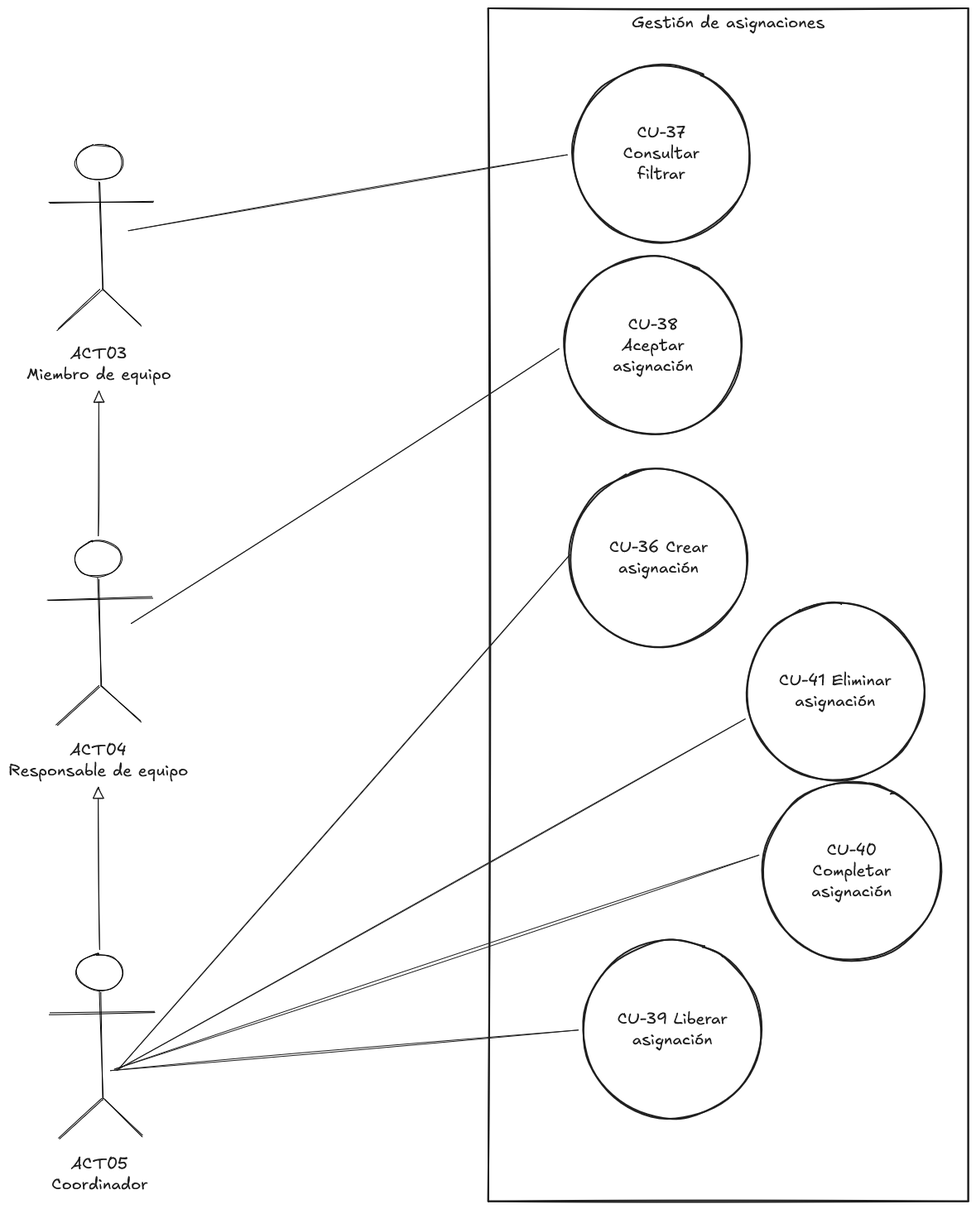
Earlier version of the Excalidraw export Docs/memoria/imaxes/diagramas-caso-uso/diagrama-gestion-asignaciones.png (zenoma/emergency-management-app). Source tidied: one line per element, renumbered; positions are measured from the earlier drawing's top-left corner, leaving out a move shared by most shapes.
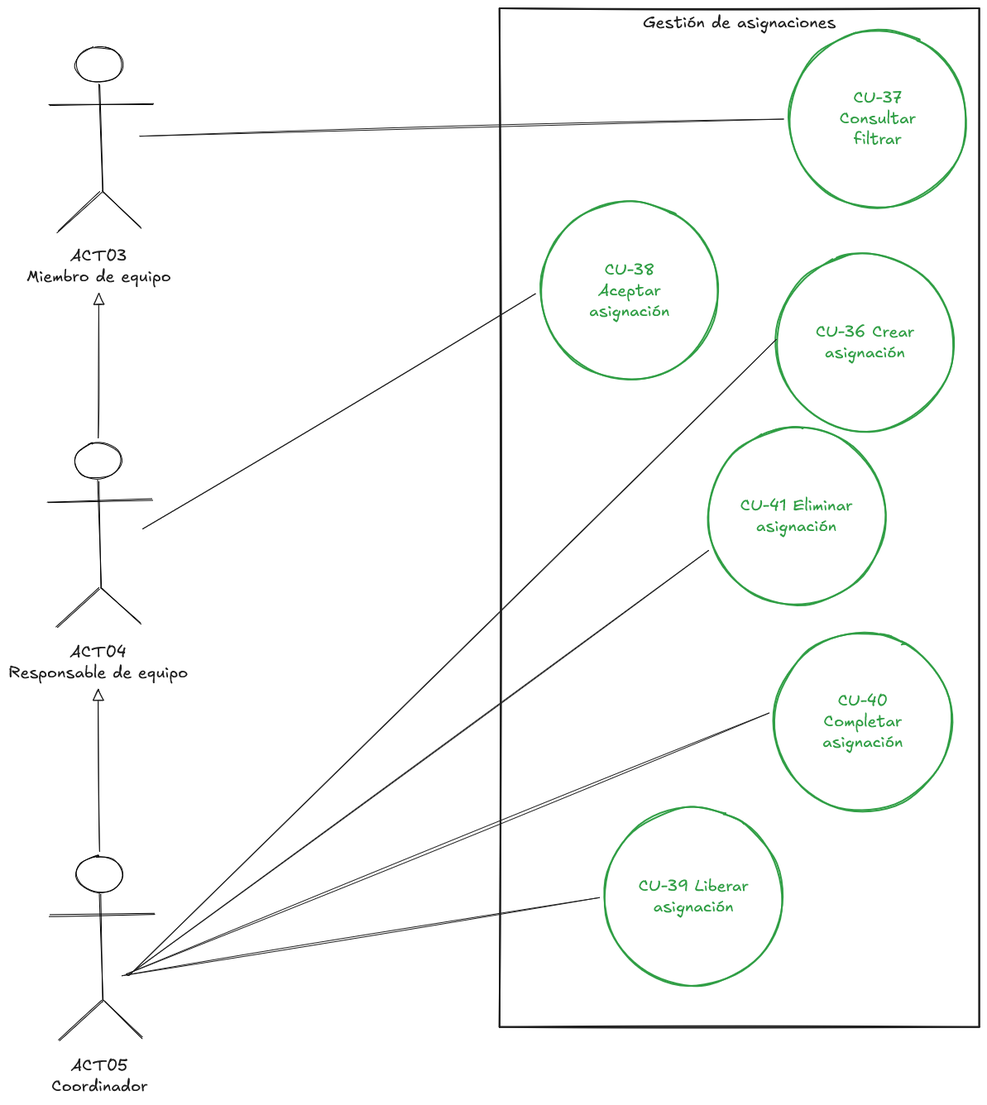
The same file after the commit.

What changed in the source:
```diff
@@ -1,40 +1,40 @@
-{"id": 0, "type": "rectangle", "strokeColor": "#1e1e1e", "strokeWidth": 2, "roughness": 1, "x": 580, "y": 0, "width": 580, "height": 1442}
+{"id": 0, "type": "rectangle", "strokeColor": "#1e1e1e", "strokeWidth": 2, "roughness": 1, "x": 580, "y": 114, "width": 580, "height": 1232}
-{"id": 1, "type": "text", "text": "Gestión de asignaciones", "strokeColor": "#1e1e1e", "strokeWidth": 2, "roughness": 1, "fontSize": 20, "fontFamily": 5, "textAlign": "center", "inside": 0, "x": 753, "y": 5, "width": 233, "height": 25}
+{"id": 1, "type": "text", "text": "Gestión de asignaciones", "strokeColor": "#1e1e1e", "strokeWidth": 2, "roughness": 1, "fontSize": 20, "fontFamily": 5, "textAlign": "center", "inside": 0, "x": 753, "y": 119, "width": 233, "height": 25}
-{"id": 2, "type": "ellipse", "strokeColor": "#1e1e1e", "strokeWidth": 2, "roughness": 1, "x": 678, "y": 557, "width": 215, "height": 215}
+{"id": 2, "type": "ellipse", "strokeColor": "#2f9e44", "strokeWidth": 2, "roughness": 1, "x": 914, "y": 411, "width": 215, "height": 215}
-{"id": 3, "type": "text", "text": "CU-36 Crear\nasignación", "strokeColor": "#1e1e1e", "strokeWidth": 2, "roughness": 1, "fontSize": 20, "fontFamily": 5, "textAlign": "center", "verticalAlign": "middle", "inside": 2, "x": 726, "y": 639, "width": 119, "height": 50}
+{"id": 3, "type": "text", "text": "CU-36 Crear\nasignación", "strokeColor": "#2f9e44", "strokeWidth": 2, "roughness": 1, "fontSize": 20, "fontFamily": 5, "textAlign": "center", "verticalAlign": "middle", "inside": 2, "x": 962, "y": 493, "width": 119, "height": 50}
-{"id": 4, "type": "ellipse", "strokeColor": "#1e1e1e", "strokeWidth": 2, "roughness": 1, "x": 681, "y": 68, "width": 215, "height": 215}
+{"id": 4, "type": "ellipse", "strokeColor": "#2f9e44", "strokeWidth": 2, "roughness": 1, "x": 929, "y": 140, "width": 215, "height": 215}
-{"id": 5, "type": "text", "text": "CU-37\nConsultar\nfiltrar", "strokeColor": "#1e1e1e", "strokeWidth": 2, "roughness": 1, "fontSize": 20, "fontFamily": 5, "textAlign": "center", "verticalAlign": "middle", "inside": 4, "x": 743, "y": 138, "width": 92, "height": 75}
+{"id": 5, "type": "text", "text": "CU-37\nConsultar\nfiltrar", "strokeColor": "#2f9e44", "strokeWidth": 2, "roughness": 1, "fontSize": 20, "fontFamily": 5, "textAlign": "center", "verticalAlign": "middle", "inside": 4, "x": 991, "y": 210, "width": 92, "height": 75}
-{"id": 6, "type": "ellipse", "strokeColor": "#1e1e1e", "strokeWidth": 2, "roughness": 1, "x": 671, "y": 300, "width": 215, "height": 215}
+{"id": 6, "type": "ellipse", "strokeColor": "#2f9e44", "strokeWidth": 2, "roughness": 1, "x": 629, "y": 348, "width": 215, "height": 215}
-{"id": 7, "type": "text", "text": "CU-38\nAceptar\nasignación", "strokeColor": "#1e1e1e", "strokeWidth": 2, "roughness": 1, "fontSize": 20, "fontFamily": 5, "textAlign": "center", "verticalAlign": "middle", "inside": 6, "x": 730, "y": 370, "width": 97, "height": 75}
+{"id": 7, "type": "text", "text": "CU-38\nAceptar\nasignación", "strokeColor": "#2f9e44", "strokeWidth": 2, "roughness": 1, "fontSize": 20, "fontFamily": 5, "textAlign": "center", "verticalAlign": "middle", "inside": 6, "x": 688, "y": 418, "width": 97, "height": 75}
-{"id": 8, "type": "ellipse", "strokeColor": "#1e1e1e", "strokeWidth": 2, "roughness": 1, "x": 695, "y": 1127, "width": 215, "height": 215}
+{"id": 8, "type": "ellipse", "strokeColor": "#2f9e44", "strokeWidth": 2, "roughness": 1, "x": 707, "y": 1081, "width": 215, "height": 215}
-{"id": 9, "type": "text", "text": "CU-39 Liberar\nasignación", "strokeColor": "#1e1e1e", "strokeWidth": 2, "roughness": 1, "fontSize": 20, "fontFamily": 5, "textAlign": "center", "verticalAlign": "middle", "inside": 8, "x": 736, "y": 1209, "width": 133, "height": 50}
+{"id": 9, "type": "text", "text": "CU-39 Liberar\nasignación", "strokeColor": "#2f9e44", "strokeWidth": 2, "roughness": 1, "fontSize": 20, "fontFamily": 5, "textAlign": "center", "verticalAlign": "middle", "inside": 8, "x": 748, "y": 1163, "width": 133, "height": 50}
-{"id": 10, "type": "ellipse", "strokeColor": "#1e1e1e", "strokeWidth": 2, "roughness": 1, "x": 911, "y": 935, "width": 215, "height": 215}
+{"id": 10, "type": "ellipse", "strokeColor": "#2f9e44", "strokeWidth": 2, "roughness": 1, "x": 911, "y": 869, "width": 215, "height": 215}
-{"id": 11, "type": "text", "text": "CU-40\nCompletar\nasignación", "strokeColor": "#1e1e1e", "strokeWidth": 2, "roughness": 1, "fontSize": 20, "fontFamily": 5, "textAlign": "center", "verticalAlign": "middle", "inside": 10, "x": 970, "y": 1005, "width": 97, "height": 75}
+{"id": 11, "type": "text", "text": "CU-40\nCompletar\nasignación", "strokeColor": "#2f9e44", "strokeWidth": 2, "roughness": 1, "fontSize": 20, "fontFamily": 5, "textAlign": "center", "verticalAlign": "middle", "inside": 10, "x": 970, "y": 939, "width": 97, "height": 75}
-{"id": 12, "type": "ellipse", "strokeColor": "#1e1e1e", "strokeWidth": 2, "roughness": 1, "x": 891, "y": 718, "width": 215, "height": 215}
+{"id": 12, "type": "ellipse", "strokeColor": "#2f9e44", "strokeWidth": 2, "roughness": 1, "x": 831, "y": 621, "width": 215, "height": 215}
-{"id": 13, "type": "text", "text": "CU-41 Eliminar\nasignación", "strokeColor": "#1e1e1e", "strokeWidth": 2, "roughness": 1, "fontSize": 20, "fontFamily": 5, "textAlign": "center", "verticalAlign": "middle", "inside": 12, "x": 931, "y": 801, "width": 136, "height": 50}
+{"id": 13, "type": "text", "text": "CU-41 Eliminar\nasignación", "strokeColor": "#2f9e44", "strokeWidth": 2, "roughness": 1, "fontSize": 20, "fontFamily": 5, "textAlign": "center", "verticalAlign": "middle", "inside": 12, "x": 871, "y": 703, "width": 136, "height": 50}
-{"id": 14, "type": "ellipse", "strokeColor": "#000000", "strokeWidth": 1, "roughness": 1, "round": true, "x": 81, "y": 164, "width": 57, "height": 44}
+{"id": 14, "type": "ellipse", "strokeColor": "#000000", "strokeWidth": 1, "roughness": 1, "round": true, "x": 67, "y": 160, "width": 57, "height": 44}
-{"id": 15, "type": "line", "strokeColor": "#000000", "strokeWidth": 1, "roughness": 1, "round": true, "x": 110, "y": 210, "width": 3, "height": 130, "points": [[0, 0], [3, 130]]}
+{"id": 15, "type": "line", "strokeColor": "#000000", "strokeWidth": 1, "roughness": 1, "round": true, "x": 96, "y": 206, "width": 3, "height": 130, "points": [[0, 0], [3, 130]]}
-{"id": 16, "type": "line", "strokeColor": "#000000", "strokeWidth": 1, "roughness": 1, "round": true, "x": 49, "y": 236, "width": 127, "height": 2, "points": [[0, 0], [127, -2]]}
+{"id": 16, "type": "line", "strokeColor": "#000000", "strokeWidth": 1, "roughness": 1, "round": true, "x": 35, "y": 232, "width": 127, "height": 2, "points": [[0, 0], [127, -2]]}
-{"id": 17, "type": "line", "strokeColor": "#000000", "strokeWidth": 1, "roughness": 1, "round": true, "x": 60, "y": 388, "width": 51, "height": 48, "points": [[0, 0], [51, -48]]}
+{"id": 17, "type": "line", "strokeColor": "#000000", "strokeWidth": 1, "roughness": 1, "round": true, "x": 46, "y": 384, "width": 51, "height": 48, "points": [[0, 0], [51, -48]]}
-{"id": 18, "type": "line", "strokeColor": "#000000", "strokeWidth": 1, "roughness": 1, "round": true, "x": 115, "y": 340, "width": 47, "height": 44, "points": [[0, 0], [47, 44]]}
+{"id": 18, "type": "line", "strokeColor": "#000000", "strokeWidth": 1, "roughness": 1, "round": true, "x": 101, "y": 336, "width": 47, "height": 44, "points": [[0, 0], [47, 44]]}
-{"id": 19, "type": "text", "text": "ACT03\nMiembro de equipo", "strokeColor": "#1e1e1e", "strokeWidth": 4, "strokeStyle": "dashed", "roughness": 1, "fontSize": 20, "fontFamily": 5, "textAlign": "center", "x": 22, "y": 406, "width": 174, "height": 50}
+{"id": 19, "type": "text", "text": "ACT03\nMiembro de equipo", "strokeColor": "#1e1e1e", "strokeWidth": 4, "strokeStyle": "dashed", "roughness": 1, "fontSize": 20, "fontFamily": 5, "textAlign": "center", "x": 8, "y": 402, "width": 174, "height": 50}
-{"id": 20, "type": "ellipse", "strokeColor": "#000000", "strokeWidth": 1, "roughness": 1, "round": true, "x": 80, "y": 643, "width": 57, "height": 44}
+{"id": 20, "type": "ellipse", "strokeColor": "#000000", "strokeWidth": 1, "roughness": 1, "round": true, "x": 66, "y": 639, "width": 57, "height": 44}
-{"id": 21, "type": "line", "strokeColor": "#000000", "strokeWidth": 1, "roughness": 1, "round": true, "x": 109, "y": 689, "width": 3, "height": 130, "points": [[0, 0], [3, 130]]}
+{"id": 21, "type": "line", "strokeColor": "#000000", "strokeWidth": 1, "roughness": 1, "round": true, "x": 95, "y": 685, "width": 3, "height": 130, "points": [[0, 0], [3, 130]]}
-{"id": 22, "type": "line", "strokeColor": "#000000", "strokeWidth": 1, "roughness": 1, "round": true, "x": 48, "y": 715, "width": 127, "height": 2, "points": [[0, 0], [127, -2]]}
+{"id": 22, "type": "line", "strokeColor": "#000000", "strokeWidth": 1, "roughness": 1, "round": true, "x": 34, "y": 711, "width": 127, "height": 2, "points": [[0, 0], [127, -2]]}
-{"id": 23, "type": "line", "strokeColor": "#000000", "strokeWidth": 1, "roughness": 1, "round": true, "x": 60, "y": 867, "width": 51, "height": 48, "points": [[0, 0], [51, -48]]}
+{"id": 23, "type": "line", "strokeColor": "#000000", "strokeWidth": 1, "roughness": 1, "round": true, "x": 46, "y": 863, "width": 51, "height": 48, "points": [[0, 0], [51, -48]]}
-{"id": 24, "type": "line", "strokeColor": "#000000", "strokeWidth": 1, "roughness": 1, "round": true, "x": 114, "y": 818, "width": 47, "height": 44, "points": [[0, 0], [47, 44]]}
+{"id": 24, "type": "line", "strokeColor": "#000000", "strokeWidth": 1, "roughness": 1, "round": true, "x": 100, "y": 814, "width": 47, "height": 44, "points": [[0, 0], [47, 44]]}
-{"id": 25, "type": "text", "text": "ACT04\nResponsable de equipo", "strokeColor": "#1e1e1e", "strokeWidth": 4, "strokeStyle": "dashed", "roughness": 1, "fontSize": 20, "fontFamily": 5, "textAlign": "center", "x": 0, "y": 884, "width": 217, "height": 50}
+{"id": 25, "type": "text", "text": "ACT04\nResponsable de equipo", "strokeColor": "#1e1e1e", "strokeWidth": 4, "strokeStyle": "dashed", "roughness": 1, "fontSize": 20, "fontFamily": 5, "textAlign": "center", "x": -14, "y": 880, "width": 217, "height": 50}
-{"id": 26, "type": "ellipse", "strokeColor": "#000000", "strokeWidth": 1, "roughness": 1, "round": true, "x": 82, "y": 1143, "width": 57, "height": 44}
+{"id": 26, "type": "ellipse", "strokeColor": "#000000", "strokeWidth": 1, "roughness": 1, "round": true, "x": 68, "y": 1139, "width": 57, "height": 44}
-{"id": 27, "type": "line", "strokeColor": "#000000", "strokeWidth": 1, "roughness": 1, "round": true, "x": 111, "y": 1189, "width": 3, "height": 130, "points": [[0, 0], [3, 130]]}
+{"id": 27, "type": "line", "strokeColor": "#000000", "strokeWidth": 1, "roughness": 1, "round": true, "x": 97, "y": 1185, "width": 3, "height": 130, "points": [[0, 0], [3, 130]]}
-{"id": 28, "type": "line", "strokeColor": "#000000", "strokeWidth": 1, "roughness": 1, "round": true, "x": 50, "y": 1215, "width": 127, "height": 2, "points": [[0, 0], [127, -2]]}
+{"id": 28, "type": "line", "strokeColor": "#000000", "strokeWidth": 1, "roughness": 1, "round": true, "x": 36, "y": 1211, "width": 127, "height": 2, "points": [[0, 0], [127, -2]]}
-{"id": 29, "type": "line", "strokeColor": "#000000", "strokeWidth": 1, "roughness": 1, "round": true, "x": 61, "y": 1367, "width": 51, "height": 48, "points": [[0, 0], [51, -48]]}
+{"id": 29, "type": "line", "strokeColor": "#000000", "strokeWidth": 1, "roughness": 1, "round": true, "x": 47, "y": 1363, "width": 51, "height": 48, "points": [[0, 0], [51, -48]]}
-{"id": 30, "type": "line", "strokeColor": "#000000", "strokeWidth": 1, "roughness": 1, "round": true, "x": 115, "y": 1318, "width": 47, "height": 44, "points": [[0, 0], [47, 44]]}
+{"id": 30, "type": "line", "strokeColor": "#000000", "strokeWidth": 1, "roughness": 1, "round": true, "x": 101, "y": 1314, "width": 47, "height": 44, "points": [[0, 0], [47, 44]]}
-{"id": 31, "type": "text", "text": "ACT05\nCoordinador", "strokeColor": "#1e1e1e", "strokeWidth": 4, "strokeStyle": "dashed", "roughness": 1, "fontSize": 20, "fontFamily": 5, "textAlign": "center", "x": 52, "y": 1384, "width": 116, "height": 50}
+{"id": 31, "type": "text", "text": "ACT05\nCoordinador", "strokeColor": "#1e1e1e", "strokeWidth": 4, "strokeStyle": "dashed", "roughness": 1, "fontSize": 20, "fontFamily": 5, "textAlign": "center", "x": 38, "y": 1380, "width": 116, "height": 50}
-{"id": 32, "type": "arrow", "strokeColor": "#1e1e1e", "strokeWidth": 1, "roughness": 1, "endArrowhead": "triangle_outline", "from": 20, "to": 19, "x": 109, "y": 637, "width": 1, "height": 175, "points": [[0, 0], [1, -175]]}
+{"id": 32, "type": "arrow", "strokeColor": "#1e1e1e", "strokeWidth": 1, "roughness": 1, "endArrowhead": "triangle_outline", "from": 20, "to": 19, "x": 95, "y": 633, "width": 1, "height": 175, "points": [[0, 0], [1, -175]]}
-{"id": 33, "type": "arrow", "strokeColor": "#1e1e1e", "strokeWidth": 1, "roughness": 1, "endArrowhead": "triangle_outline", "from": 26, "to": 25, "x": 110, "y": 1137, "width": 2, "height": 196, "points": [[0, 0], [-2, -196]]}
+{"id": 33, "type": "arrow", "strokeColor": "#1e1e1e", "strokeWidth": 1, "roughness": 1, "endArrowhead": "triangle_outline", "from": 26, "to": 25, "x": 96, "y": 1133, "width": 2, "height": 196, "points": [[0, 0], [-2, -196]]}
-{"id": 34, "type": "arrow", "strokeColor": "#1e1e1e", "strokeWidth": 1, "roughness": 1, "to": 8, "x": 123, "y": 1284, "width": 565, "height": 49, "points": [[0, 0], [565, -49]]}
+{"id": 34, "type": "arrow", "strokeColor": "#1e1e1e", "strokeWidth": 1, "roughness": 1, "to": 8, "x": 123, "y": 1284, "width": 577, "height": 95, "points": [[0, 0], [577, -95]]}
-{"id": 35, "type": "arrow", "strokeColor": "#1e1e1e", "strokeWidth": 1, "roughness": 1, "to": 10, "x": 128, "y": 1282, "width": 779, "height": 259, "points": [[0, 0], [779, -259]]}
+{"id": 35, "type": "arrow", "strokeColor": "#1e1e1e", "strokeWidth": 1, "roughness": 1, "to": 10, "x": 128, "y": 1282, "width": 778, "height": 316, "points": [[0, 0], [778, -316]]}
-{"id": 36, "type": "arrow", "strokeColor": "#1e1e1e", "strokeWidth": 1, "roughness": 1, "to": 12, "x": 130, "y": 1284, "width": 760, "height": 425, "points": [[0, 0], [760, -425]]}
+{"id": 36, "type": "arrow", "strokeColor": "#1e1e1e", "strokeWidth": 1, "roughness": 1, "to": 12, "x": 130, "y": 1284, "width": 703, "height": 514, "points": [[0, 0], [703, -514]]}
-{"id": 37, "type": "arrow", "strokeColor": "#1e1e1e", "strokeWidth": 1, "roughness": 1, "to": 2, "x": 132, "y": 1284, "width": 547, "height": 623, "points": [[0, 0], [547, -623]]}
+{"id": 37, "type": "arrow", "strokeColor": "#1e1e1e", "strokeWidth": 1, "roughness": 1, "to": 2, "x": 132, "y": 1284, "width": 783, "height": 769, "points": [[0, 0], [783, -769]]}
-{"id": 38, "type": "arrow", "strokeColor": "#1e1e1e", "strokeWidth": 1, "roughness": 1, "to": 6, "x": 148, "y": 744, "width": 517, "height": 332, "points": [[0, 0], [517, -332]]}
+{"id": 38, "type": "arrow", "strokeColor": "#1e1e1e", "strokeWidth": 1, "roughness": 1, "to": 6, "x": 148, "y": 744, "width": 475, "height": 285, "points": [[0, 0], [475, -285]]}
-{"id": 39, "type": "arrow", "strokeColor": "#1e1e1e", "strokeWidth": 1, "roughness": 1, "to": 4, "x": 145, "y": 269, "width": 530, "height": 92, "points": [[0, 0], [530, -92]]}
+{"id": 39, "type": "arrow", "strokeColor": "#1e1e1e", "strokeWidth": 1, "roughness": 1, "to": 4, "x": 145, "y": 269, "width": 778, "height": 21, "points": [[0, 0], [778, -21]]}
```
